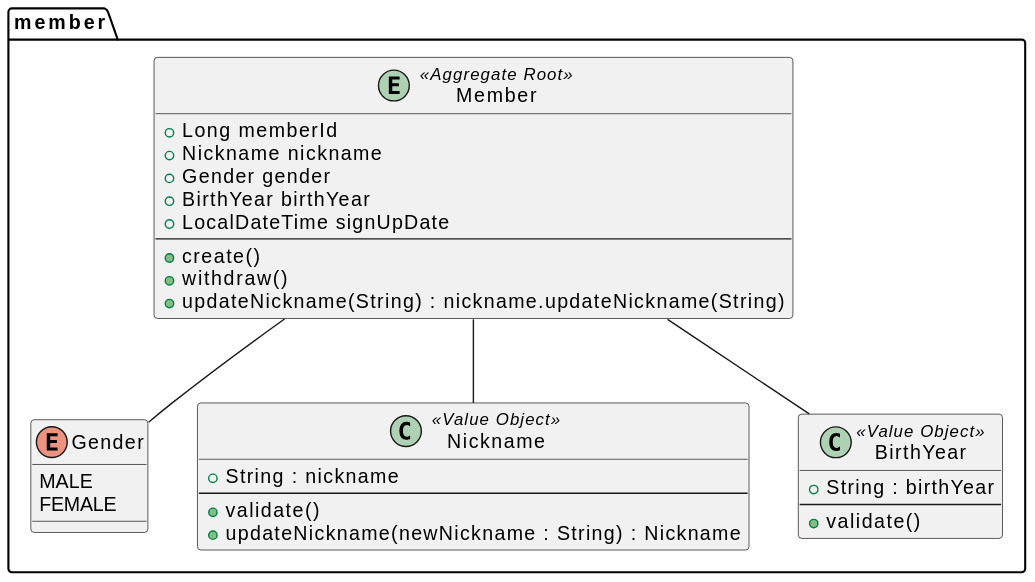
This is document/puml/domain/membercontext/memberAggregate.svg from SimpleBoardTeam/simpleBoard-server, a PlantUML export, as it was before one commit.
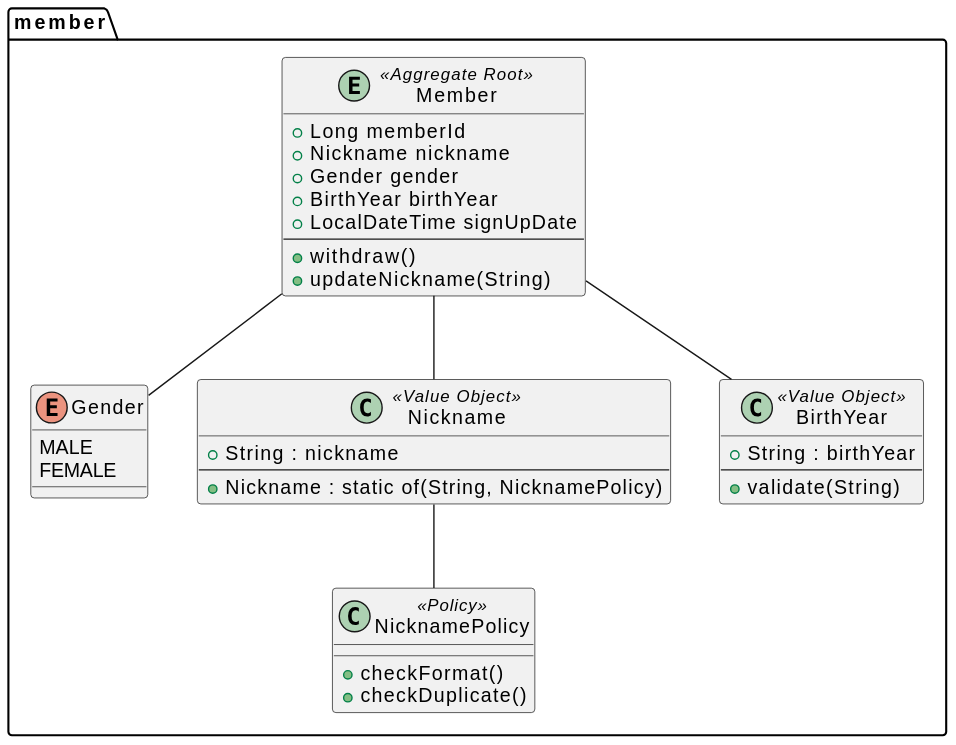
Later version of the same file.

What changed in the source:
```diff
@@ -7,9 +7,8 @@
     +BirthYear birthYear
     +LocalDateTime signUpDate
     --
-    +create()
     +withdraw()
-    +updateNickname(String) : nickname.updateNickname(String)
+    +updateNickname(String)
 }
 
 enum Gender {
@@ -20,18 +19,22 @@
 class Nickname <<Value Object>> {
     +String : nickname
     --
-    +validate()
-    +updateNickname(newNickname : String) : Nickname
+    +Nickname : static of(String, NicknamePolicy)
 }
 
+class NicknamePolicy <<Policy>> {
+  + checkFormat()
+  + checkDuplicate()
+}
 class BirthYear <<Value Object>> {
     +String : birthYear
     --
-    +validate()
+    +validate(String)
 }
 
 Member -- Gender
 Member -- Nickname
 Member -- BirthYear
+Nickname -- NicknamePolicy
 }
 @enduml
```
